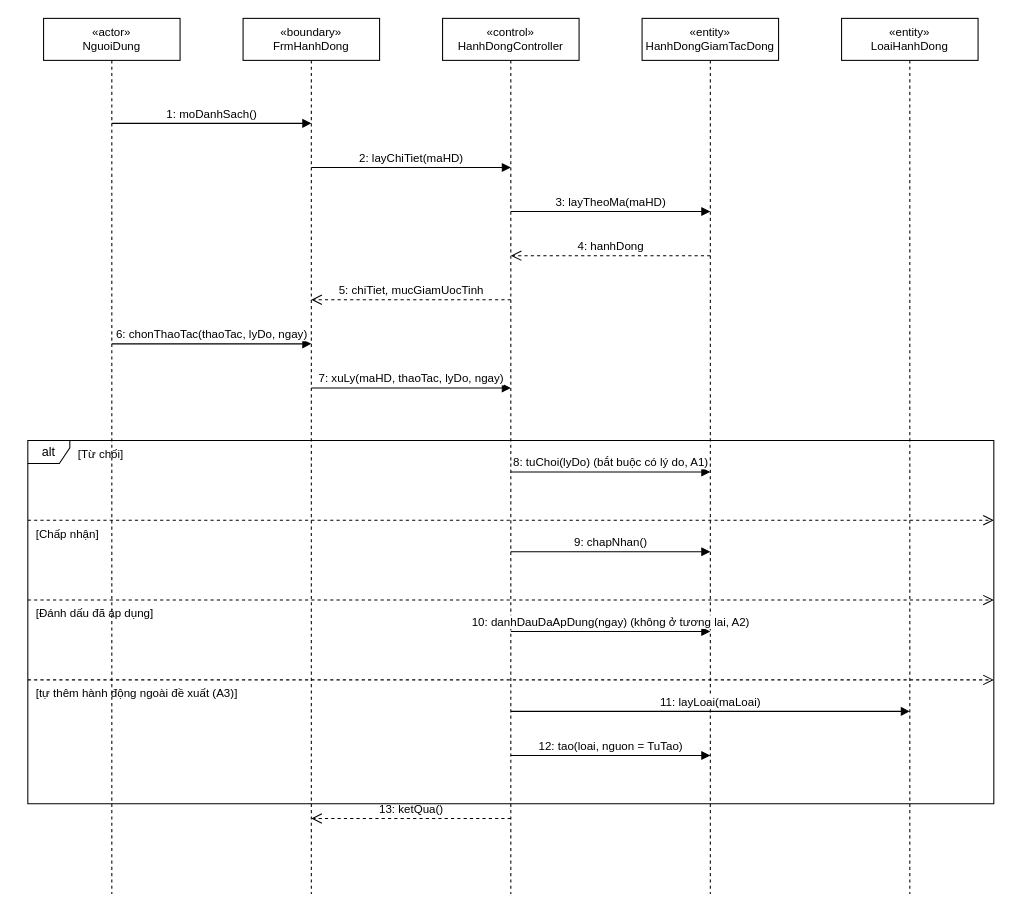
The draw.io diagram docs/diagrams/03_TuanTu/UC_GD_018_Sequence_QuanLyHanhDong.drawio in TranThienNhan8279/GreenDash, before the edit. Source tidied: cells renumbered, new cells numbered last; positions are measured from the earlier drawing's top-left corner, leaving out a move shared by most shapes. Both pictures are drawn from the tidied source at 105%, with x=0, y=0 at pixel (27, 18).
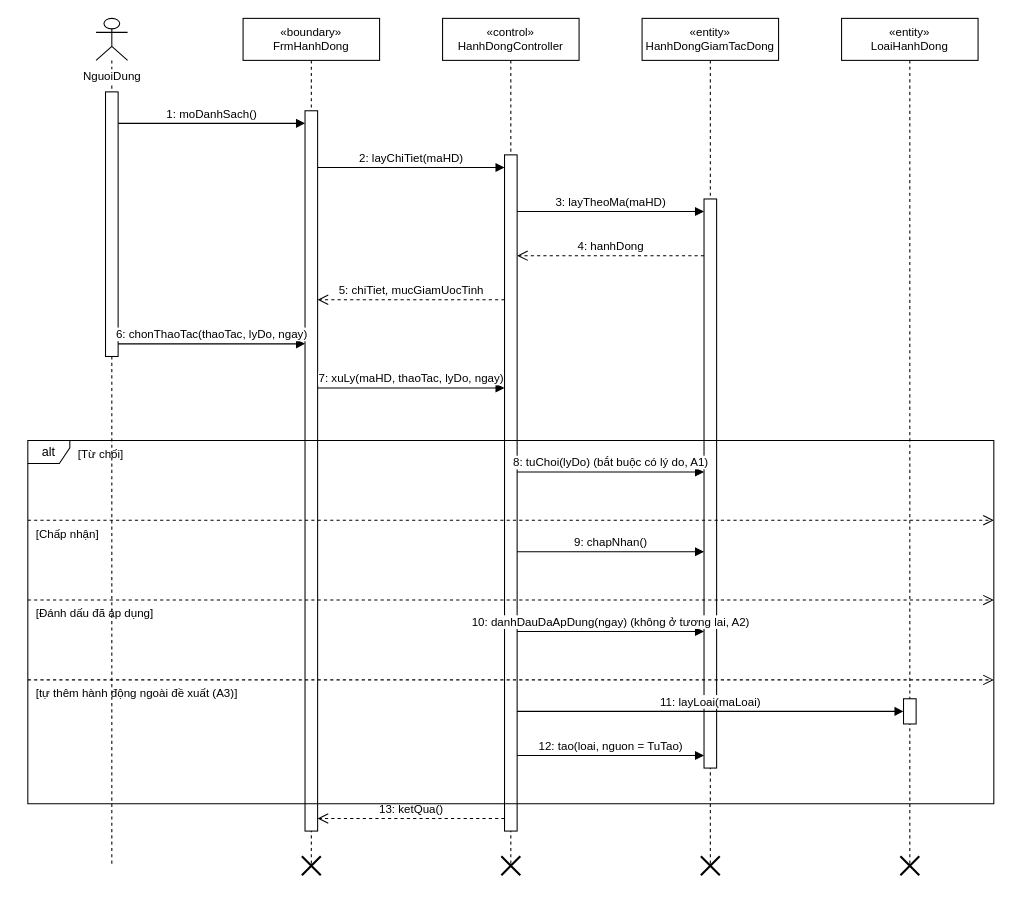
The same diagram, later.

The edit, as a diff of the source:
```diff
@@
-    <mxCell id="2" value="«actor»&lt;br&gt;NguoiDung" style="shape=umlLifeline;perimeter=lifelinePerimeter;whiteSpace=wrap;html=1;fontSize=11;" parent="1" vertex="1">
-      <mxGeometry x="15" width="130" height="834" as="geometry" />
+    <mxCell id="2" value="NguoiDung" style="shape=umlLifeline;participant=umlActor;verticalAlign=top;spacingTop=42;labelBackgroundColor=#ffffff;perimeter=lifelinePerimeter;whiteSpace=nowrap;html=1;fontSize=11;" parent="1" vertex="1">
+      <mxGeometry x="65" width="30" height="807" as="geometry" />
     </mxCell>
     <mxCell id="3" value="«boundary»&lt;br&gt;FrmHanhDong" style="shape=umlLifeline;perimeter=lifelinePerimeter;whiteSpace=wrap;html=1;fontSize=11;" parent="1" vertex="1">
-      <mxGeometry x="205" width="130" height="834" as="geometry" />
+      <mxGeometry x="205" width="130" height="807" as="geometry" />
     </mxCell>
     <mxCell id="4" value="«control»&lt;br&gt;HanhDongController" style="shape=umlLifeline;perimeter=lifelinePerimeter;whiteSpace=wrap;html=1;fontSize=11;" parent="1" vertex="1">
-      <mxGeometry x="395" width="130" height="834" as="geometry" />
+      <mxGeometry x="395" width="130" height="807" as="geometry" />
     </mxCell>
     <mxCell id="5" value="«entity»&lt;br&gt;HanhDongGiamTacDong" style="shape=umlLifeline;perimeter=lifelinePerimeter;whiteSpace=wrap;html=1;fontSize=11;" parent="1" vertex="1">
-      <mxGeometry x="585" width="130" height="834" as="geometry" />
+      <mxGeometry x="585" width="130" height="807" as="geometry" />
     </mxCell>
     <mxCell id="6" value="«entity»&lt;br&gt;LoaiHanhDong" style="shape=umlLifeline;perimeter=lifelinePerimeter;whiteSpace=wrap;html=1;fontSize=11;" parent="1" vertex="1">
-      <mxGeometry x="775" width="130" height="834" as="geometry" />
+      <mxGeometry x="775" width="130" height="807" as="geometry" />
     </mxCell>
+    <mxCell id="28" style="html=1;perimeter=orthogonalPerimeter;fillColor=#ffffff;strokeColor=#000000;" parent="1" vertex="1">
+      <mxGeometry x="74" y="70" width="12" height="252" as="geometry" />
+    </mxCell>
+    <mxCell id="29" style="html=1;perimeter=orthogonalPerimeter;fillColor=#ffffff;strokeColor=#000000;" parent="1" vertex="1">
+      <mxGeometry x="264" y="88" width="12" height="686" as="geometry" />
+    </mxCell>
+    <mxCell id="30" style="shape=umlDestroy;html=1;strokeWidth=2;strokeColor=#000000;" parent="1" vertex="1">
+      <mxGeometry x="261" y="798" width="18" height="18" as="geometry" />
+    </mxCell>
+    <mxCell id="31" style="html=1;perimeter=orthogonalPerimeter;fillColor=#ffffff;strokeColor=#000000;" parent="1" vertex="1">
+      <mxGeometry x="454" y="130" width="12" height="644" as="geometry" />
+    </mxCell>
+    <mxCell id="32" style="shape=umlDestroy;html=1;strokeWidth=2;strokeColor=#000000;" parent="1" vertex="1">
+      <mxGeometry x="451" y="798" width="18" height="18" as="geometry" />
+    </mxCell>
+    <mxCell id="33" style="html=1;perimeter=orthogonalPerimeter;fillColor=#ffffff;strokeColor=#000000;" parent="1" vertex="1">
+      <mxGeometry x="644" y="172" width="12" height="542" as="geometry" />
+    </mxCell>
+    <mxCell id="34" style="shape=umlDestroy;html=1;strokeWidth=2;strokeColor=#000000;" parent="1" vertex="1">
+      <mxGeometry x="641" y="798" width="18" height="18" as="geometry" />
+    </mxCell>
+    <mxCell id="35" style="html=1;perimeter=orthogonalPerimeter;fillColor=#ffffff;strokeColor=#000000;" parent="1" vertex="1">
+      <mxGeometry x="834" y="648" width="12" height="24" as="geometry" />
+    </mxCell>
+    <mxCell id="36" style="shape=umlDestroy;html=1;strokeWidth=2;strokeColor=#000000;" parent="1" vertex="1">
+      <mxGeometry x="831" y="798" width="18" height="18" as="geometry" />
+    </mxCell>
     <mxCell id="7" value="1: moDanhSach()" style="html=1;verticalAlign=bottom;endArrow=block;endFill=1;" parent="1" edge="1">
       <mxGeometry relative="1" as="geometry">
-        <mxPoint x="80" y="100" as="sourcePoint" />
-        <mxPoint x="270" y="100" as="targetPoint" />
+        <mxPoint x="86" y="100" as="sourcePoint" />
+        <mxPoint x="264" y="100" as="targetPoint" />
       </mxGeometry>
     </mxCell>
     <mxCell id="8" value="2: layChiTiet(maHD)" style="html=1;verticalAlign=bottom;endArrow=block;endFill=1;" parent="1" edge="1">
       <mxGeometry relative="1" as="geometry">
-        <mxPoint x="270" y="142" as="sourcePoint" />
-        <mxPoint x="460" y="142" as="targetPoint" />
+        <mxPoint x="276" y="142" as="sourcePoint" />
+        <mxPoint x="454" y="142" as="targetPoint" />
       </mxGeometry>
     </mxCell>
     <mxCell id="9" value="3: layTheoMa(maHD)" style="html=1;verticalAlign=bottom;endArrow=block;endFill=1;" parent="1" edge="1">
       <mxGeometry relative="1" as="geometry">
-        <mxPoint x="460" y="184" as="sourcePoint" />
-        <mxPoint x="650" y="184" as="targetPoint" />
+        <mxPoint x="466" y="184" as="sourcePoint" />
+        <mxPoint x="644" y="184" as="targetPoint" />
       </mxGeometry>
     </mxCell>
     <mxCell id="10" value="4: hanhDong" style="html=1;verticalAlign=bottom;endArrow=open;endSize=8;dashed=1;" parent="1" edge="1">
       <mxGeometry relative="1" as="geometry">
-        <mxPoint x="650" y="226" as="sourcePoint" />
-        <mxPoint x="460" y="226" as="targetPoint" />
+        <mxPoint x="644" y="226" as="sourcePoint" />
+        <mxPoint x="466" y="226" as="targetPoint" />
       </mxGeometry>
     </mxCell>
     <mxCell id="11" value="5: chiTiet, mucGiamUocTinh" style="html=1;verticalAlign=bottom;endArrow=open;endSize=8;dashed=1;" parent="1" edge="1">
       <mxGeometry relative="1" as="geometry">
-        <mxPoint x="460" y="268" as="sourcePoint" />
-        <mxPoint x="270" y="268" as="targetPoint" />
+        <mxPoint x="454" y="268" as="sourcePoint" />
+        <mxPoint x="276" y="268" as="targetPoint" />
       </mxGeometry>
     </mxCell>
     <mxCell id="12" value="6: chonThaoTac(thaoTac, lyDo, ngay)" style="html=1;verticalAlign=bottom;endArrow=block;endFill=1;" parent="1" edge="1">
       <mxGeometry relative="1" as="geometry">
-        <mxPoint x="80" y="310" as="sourcePoint" />
-        <mxPoint x="270" y="310" as="targetPoint" />
+        <mxPoint x="86" y="310" as="sourcePoint" />
+        <mxPoint x="264" y="310" as="targetPoint" />
       </mxGeometry>
     </mxCell>
     <mxCell id="13" value="7: xuLy(maHD, thaoTac, lyDo, ngay)" style="html=1;verticalAlign=bottom;endArrow=block;endFill=1;" parent="1" edge="1">
       <mxGeometry relative="1" as="geometry">
-        <mxPoint x="270" y="352" as="sourcePoint" />
-        <mxPoint x="460" y="352" as="targetPoint" />
+        <mxPoint x="276" y="352" as="sourcePoint" />
+        <mxPoint x="454" y="352" as="targetPoint" />
       </mxGeometry>
     </mxCell>
     <mxCell id="14" value="8: tuChoi(lyDo)  (bắt buộc có lý do, A1)" style="html=1;verticalAlign=bottom;endArrow=block;endFill=1;" parent="1" edge="1">
       <mxGeometry relative="1" as="geometry">
-        <mxPoint x="460" y="432" as="sourcePoint" />
-        <mxPoint x="650" y="432" as="targetPoint" />
+        <mxPoint x="466" y="432" as="sourcePoint" />
+        <mxPoint x="644" y="432" as="targetPoint" />
       </mxGeometry>
     </mxCell>
     <mxCell id="15" value="9: chapNhan()" style="html=1;verticalAlign=bottom;endArrow=block;endFill=1;" parent="1" edge="1">
       <mxGeometry relative="1" as="geometry">
-        <mxPoint x="460" y="508" as="sourcePoint" />
-        <mxPoint x="650" y="508" as="targetPoint" />
+        <mxPoint x="466" y="508" as="sourcePoint" />
+        <mxPoint x="644" y="508" as="targetPoint" />
       </mxGeometry>
     </mxCell>
     <mxCell id="16" value="10: danhDauDaApDung(ngay)  (không ở tương lai, A2)" style="html=1;verticalAlign=bottom;endArrow=block;endFill=1;" parent="1" edge="1">
       <mxGeometry relative="1" as="geometry">
-        <mxPoint x="460" y="584" as="sourcePoint" />
-        <mxPoint x="650" y="584" as="targetPoint" />
+        <mxPoint x="466" y="584" as="sourcePoint" />
+        <mxPoint x="644" y="584" as="targetPoint" />
       </mxGeometry>
     </mxCell>
     <mxCell id="17" value="11: layLoai(maLoai)" style="html=1;verticalAlign=bottom;endArrow=block;endFill=1;" parent="1" edge="1">
       <mxGeometry relative="1" as="geometry">
-        <mxPoint x="460" y="660" as="sourcePoint" />
-        <mxPoint x="840" y="660" as="targetPoint" />
+        <mxPoint x="466" y="660" as="sourcePoint" />
+        <mxPoint x="834" y="660" as="targetPoint" />
       </mxGeometry>
     </mxCell>
     <mxCell id="18" value="12: tao(loai, nguon = TuTao)" style="html=1;verticalAlign=bottom;endArrow=block;endFill=1;" parent="1" edge="1">
       <mxGeometry relative="1" as="geometry">
-        <mxPoint x="460" y="702" as="sourcePoint" />
-        <mxPoint x="650" y="702" as="targetPoint" />
+        <mxPoint x="466" y="702" as="sourcePoint" />
+        <mxPoint x="644" y="702" as="targetPoint" />
       </mxGeometry>
     </mxCell>
     <mxCell id="19" value="13: ketQua()" style="html=1;verticalAlign=bottom;endArrow=open;endSize=8;dashed=1;" parent="1" edge="1">
       <mxGeometry relative="1" as="geometry">
-        <mxPoint x="460" y="762" as="sourcePoint" />
-        <mxPoint x="270" y="762" as="targetPoint" />
+        <mxPoint x="454" y="762" as="sourcePoint" />
+        <mxPoint x="276" y="762" as="targetPoint" />
       </mxGeometry>
     </mxCell>
```
